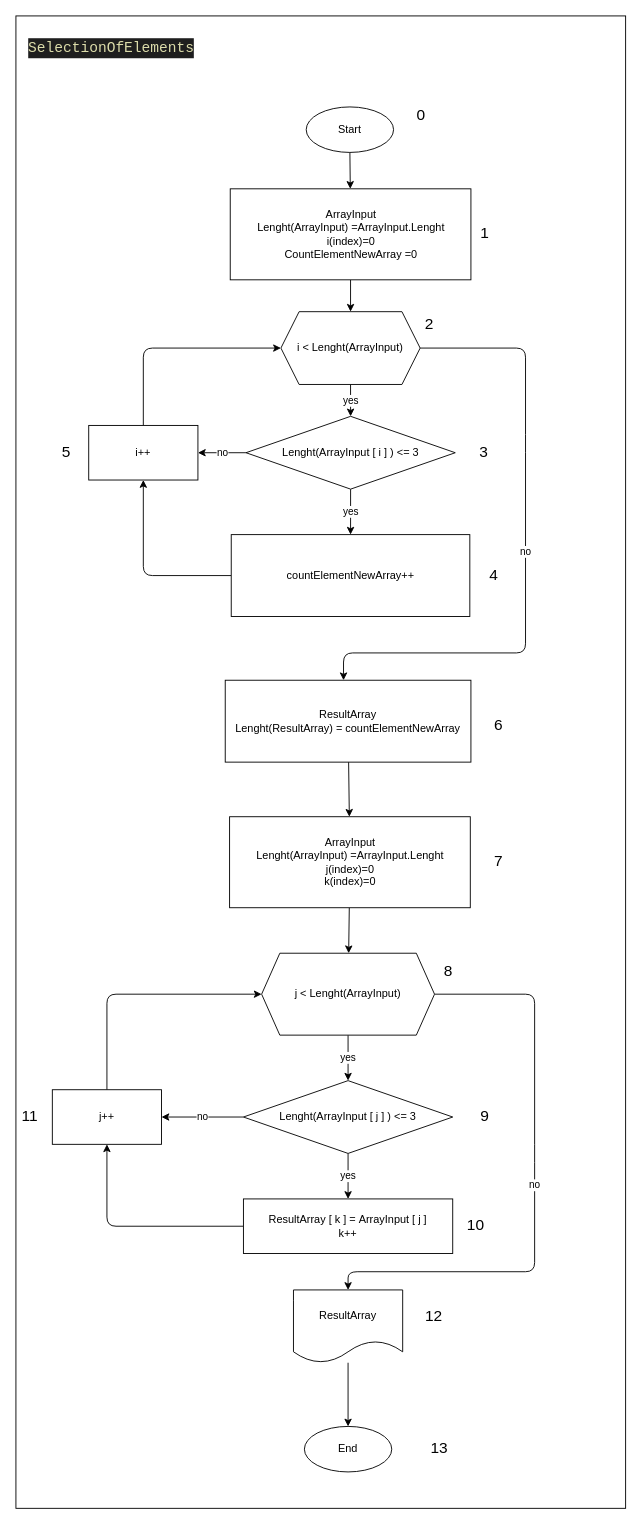
Above: Task/al.drawio in KuroTamashiAF/Final-test-work (draw.io), before the change. Source tidied: cells renumbered, new cells numbered last; positions are measured from the earlier drawing's top-left corner, leaving out a move shared by most shapes. Both pictures are drawn from the tidied source at 91%, with x=0, y=0 at pixel (15, 15).
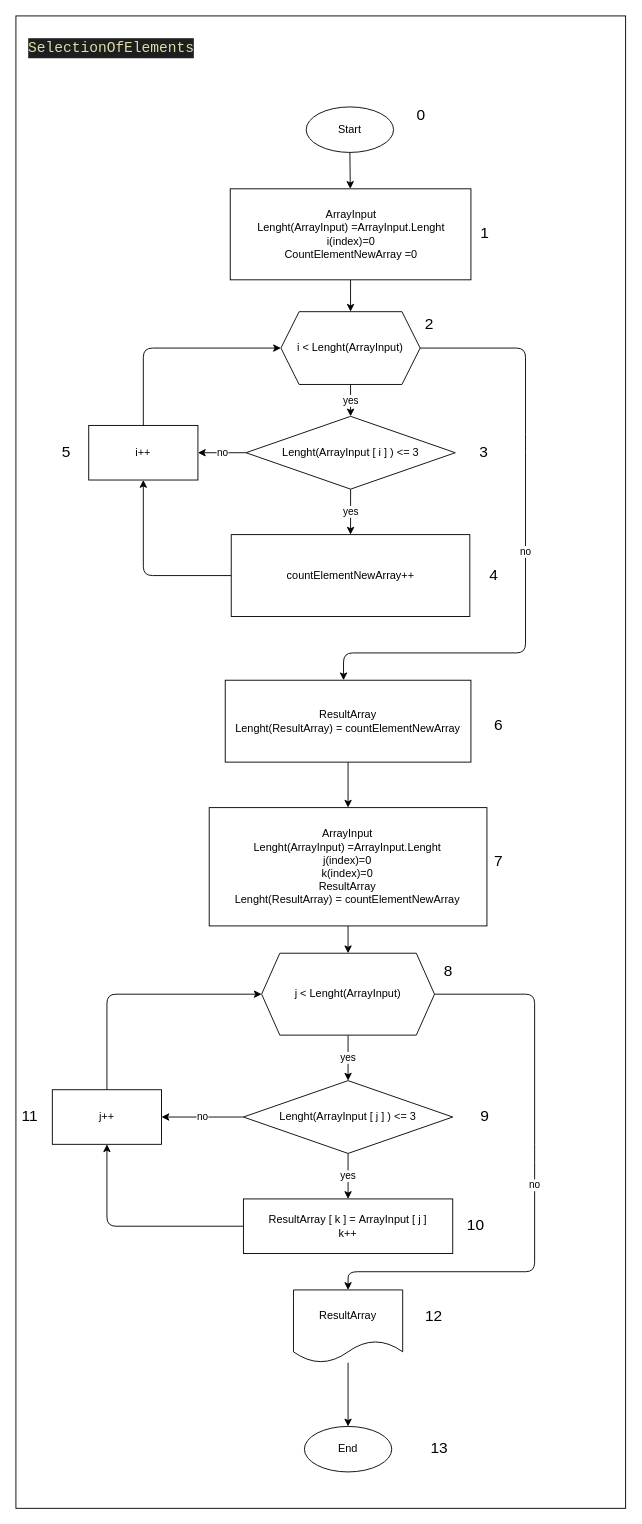
After the change.

Commit message (it also covers changes not shown here):
solution description branch master

Change to the diagram source:
```diff
@@
-    <mxCell id="20" value="ArrayInput&lt;br&gt;Lenght(ArrayInput) =ArrayInput.Lenght&lt;br&gt;j(index)=0&lt;br&gt;k(index)=0" style="whiteSpace=wrap;html=1;" parent="1" vertex="1">
-      <mxGeometry x="234.8" y="880" width="264.5" height="100" as="geometry" />
+    <mxCell id="20" value="ArrayInput&lt;br&gt;Lenght(ArrayInput) =ArrayInput.Lenght&lt;br&gt;j(index)=0&lt;br&gt;k(index)=0&lt;br&gt;ResultArray&lt;br&gt;Lenght(ResultArray) =&amp;nbsp;countElementNewArray" style="whiteSpace=wrap;html=1;" parent="1" vertex="1">
+      <mxGeometry x="212.4" y="870" width="305.2" height="130" as="geometry" />
     </mxCell>
```
